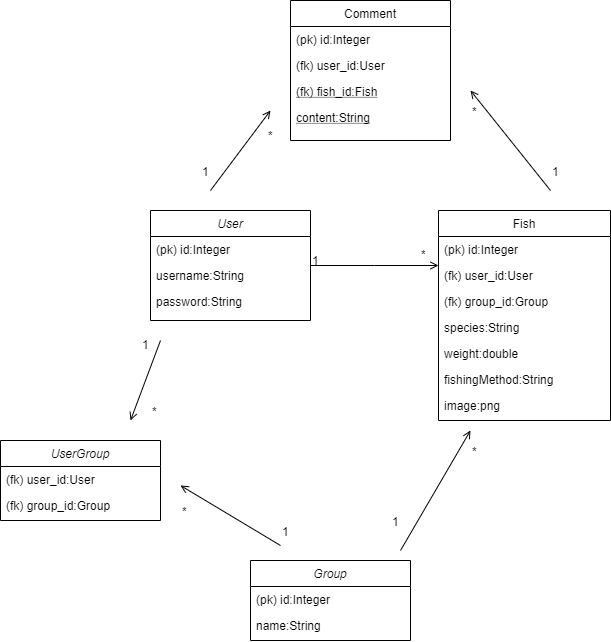
Above: documentation/fishCatchForumClassDiagram.png in samvancart/fish-catch-forum (draw.io), before the change. Source tidied: cells renumbered, new cells last; positions are measured from the earlier drawing's top-left corner, leaving out a move shared by most shapes.
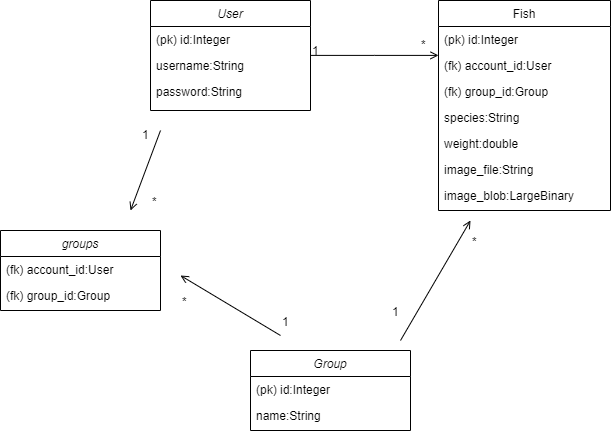
Later version of the same file.

The edit, as a diff of the source:
```diff
@@ -2,18 +2,6 @@
   <root>
     <mxCell id="0" />
     <mxCell id="1" parent="0" />
-    <mxCell id="2" style="endArrow=open;shadow=0;strokeWidth=1;strokeColor=#000000;rounded=0;endFill=1;elbow=vertical;" parent="1" edge="1">
-      <mxGeometry x="0.5" y="41" relative="1" as="geometry">
-        <mxPoint x="550" y="190" as="sourcePoint" />
-        <mxPoint x="470" y="90" as="targetPoint" />
-        <mxPoint x="-40" y="32" as="offset" />
-      </mxGeometry>
-    </mxCell>
-    <mxCell id="3" value="1" style="align=left;verticalAlign=bottom;labelBackgroundColor=none;fontSize=12;" parent="2" vertex="1">
-      <mxGeometry x="-1" relative="1" as="geometry">
-        <mxPoint y="-10" as="offset" />
-      </mxGeometry>
-    </mxCell>
     <mxCell id="4" value="User" style="swimlane;fontStyle=2;align=center;verticalAlign=top;horizontal=1;startSize=26;rounded=0;shadow=0;strokeWidth=1;" parent="1" vertex="1">
       <mxGeometry x="150" y="210" width="160" height="110" as="geometry" />
     </mxCell>
@@ -26,28 +14,13 @@
     <mxCell id="7" value="password:String" style="text;align=left;verticalAlign=top;spacingLeft=4;spacingRight=4;overflow=hidden;rounded=0;shadow=0;html=0;" parent="4" vertex="1">
       <mxGeometry y="78" width="160" height="26" as="geometry" />
     </mxCell>
-    <mxCell id="8" value="Comment" style="swimlane;fontStyle=0;align=center;verticalAlign=top;horizontal=1;startSize=26;rounded=0;shadow=0;strokeWidth=1;" parent="1" vertex="1">
-      <mxGeometry x="290" width="160" height="140" as="geometry" />
-    </mxCell>
-    <mxCell id="9" value="(pk) id:Integer&#10;" style="text;align=left;verticalAlign=top;spacingLeft=4;spacingRight=4;overflow=hidden;" parent="8" vertex="1">
-      <mxGeometry y="26" width="160" height="26" as="geometry" />
-    </mxCell>
-    <mxCell id="10" value="(fk) user_id:User" style="text;align=left;verticalAlign=top;spacingLeft=4;spacingRight=4;overflow=hidden;rounded=0;shadow=0;html=0;" parent="8" vertex="1">
-      <mxGeometry y="52" width="160" height="26" as="geometry" />
-    </mxCell>
-    <mxCell id="11" value="(fk) fish_id:Fish" style="text;align=left;verticalAlign=top;spacingLeft=4;spacingRight=4;overflow=hidden;fontStyle=4;" parent="8" vertex="1">
-      <mxGeometry y="78" width="160" height="26" as="geometry" />
-    </mxCell>
-    <mxCell id="12" value="content:String" style="text;align=left;verticalAlign=top;spacingLeft=4;spacingRight=4;overflow=hidden;fontStyle=4;" parent="8" vertex="1">
-      <mxGeometry y="104" width="160" height="26" as="geometry" />
-    </mxCell>
     <mxCell id="13" value="Fish" style="swimlane;fontStyle=0;align=center;verticalAlign=top;horizontal=1;startSize=26;rounded=0;shadow=0;strokeWidth=1;" parent="1" vertex="1">
       <mxGeometry x="438" y="210" width="172" height="210" as="geometry" />
     </mxCell>
     <mxCell id="14" value="(pk) id:Integer" style="text;align=left;verticalAlign=top;spacingLeft=4;spacingRight=4;overflow=hidden;" parent="13" vertex="1">
       <mxGeometry y="26" width="172" height="26" as="geometry" />
     </mxCell>
-    <mxCell id="15" value="(fk) user_id:User" style="text;align=left;verticalAlign=top;spacingLeft=4;spacingRight=4;overflow=hidden;" parent="13" vertex="1">
+    <mxCell id="15" value="(fk) account_id:User" style="text;align=left;verticalAlign=top;spacingLeft=4;spacingRight=4;overflow=hidden;" parent="13" vertex="1">
       <mxGeometry y="52" width="172" height="26" as="geometry" />
     </mxCell>
     <mxCell id="16" value="(fk) group_id:Group" style="text;align=left;verticalAlign=top;spacingLeft=4;spacingRight=4;overflow=hidden;rounded=0;shadow=0;html=0;" parent="13" vertex="1">
@@ -59,10 +32,10 @@
     <mxCell id="18" value="weight:double" style="text;align=left;verticalAlign=top;spacingLeft=4;spacingRight=4;overflow=hidden;rounded=0;shadow=0;html=0;" parent="13" vertex="1">
       <mxGeometry y="130" width="172" height="26" as="geometry" />
     </mxCell>
-    <mxCell id="19" value="fishingMethod:String" style="text;align=left;verticalAlign=top;spacingLeft=4;spacingRight=4;overflow=hidden;rounded=0;shadow=0;html=0;" parent="13" vertex="1">
+    <mxCell id="19" value="image_file:String" style="text;align=left;verticalAlign=top;spacingLeft=4;spacingRight=4;overflow=hidden;rounded=0;shadow=0;html=0;" parent="13" vertex="1">
       <mxGeometry y="156" width="172" height="26" as="geometry" />
     </mxCell>
-    <mxCell id="20" value="image:png" style="text;align=left;verticalAlign=top;spacingLeft=4;spacingRight=4;overflow=hidden;rounded=0;shadow=0;html=0;" parent="13" vertex="1">
+    <mxCell id="20" value="image_blob:LargeBinary" style="text;align=left;verticalAlign=top;spacingLeft=4;spacingRight=4;overflow=hidden;rounded=0;shadow=0;html=0;" parent="13" vertex="1">
       <mxGeometry y="182" width="172" height="26" as="geometry" />
     </mxCell>
     <mxCell id="21" style="endArrow=open;shadow=0;strokeWidth=1;strokeColor=#000000;rounded=0;endFill=1;edgeStyle=elbowEdgeStyle;elbow=vertical;" parent="1" edge="1" source="4" target="13">
@@ -80,32 +53,10 @@
         <mxPoint x="109" y="-25" as="offset" />
       </mxGeometry>
     </mxCell>
-    <mxCell id="24" value="*" style="align=left;verticalAlign=bottom;labelBackgroundColor=none;fontSize=12;" parent="1" vertex="1">
-      <mxGeometry x="190" y="90" as="geometry">
-        <mxPoint x="76" y="54" as="offset" />
-      </mxGeometry>
-    </mxCell>
-    <mxCell id="25" style="endArrow=open;shadow=0;strokeWidth=1;strokeColor=#000000;rounded=0;endFill=1;elbow=vertical;" parent="1" edge="1">
-      <mxGeometry x="0.5" y="41" relative="1" as="geometry">
-        <mxPoint x="210" y="190" as="sourcePoint" />
-        <mxPoint x="270" y="110" as="targetPoint" />
-        <mxPoint x="-40" y="32" as="offset" />
-      </mxGeometry>
-    </mxCell>
-    <mxCell id="26" value="1" style="align=left;verticalAlign=bottom;labelBackgroundColor=none;fontSize=12;" parent="25" vertex="1">
-      <mxGeometry x="-1" relative="1" as="geometry">
-        <mxPoint x="-10" y="-10" as="offset" />
-      </mxGeometry>
-    </mxCell>
-    <mxCell id="27" value="*" style="align=left;verticalAlign=bottom;labelBackgroundColor=none;fontSize=12;" parent="1" vertex="1">
-      <mxGeometry x="490" y="120" as="geometry">
-        <mxPoint x="-20" as="offset" />
-      </mxGeometry>
-    </mxCell>
-    <mxCell id="28" value="UserGroup" style="swimlane;fontStyle=2;align=center;verticalAlign=top;horizontal=1;startSize=26;rounded=0;shadow=0;strokeWidth=1;" parent="1" vertex="1">
+    <mxCell id="28" value="groups" style="swimlane;fontStyle=2;align=center;verticalAlign=top;horizontal=1;startSize=26;rounded=0;shadow=0;strokeWidth=1;" parent="1" vertex="1">
       <mxGeometry y="440" width="160" height="80" as="geometry" />
     </mxCell>
-    <mxCell id="29" value="(fk) user_id:User&#10;" style="text;align=left;verticalAlign=top;spacingLeft=4;spacingRight=4;overflow=hidden;" parent="28" vertex="1">
+    <mxCell id="29" value="(fk) account_id:User&#10;" style="text;align=left;verticalAlign=top;spacingLeft=4;spacingRight=4;overflow=hidden;" parent="28" vertex="1">
       <mxGeometry y="26" width="160" height="26" as="geometry" />
     </mxCell>
     <mxCell id="30" value="(fk) group_id:Group" style="text;align=left;verticalAlign=top;spacingLeft=4;spacingRight=4;overflow=hidden;rounded=0;shadow=0;html=0;" parent="28" vertex="1">
```
